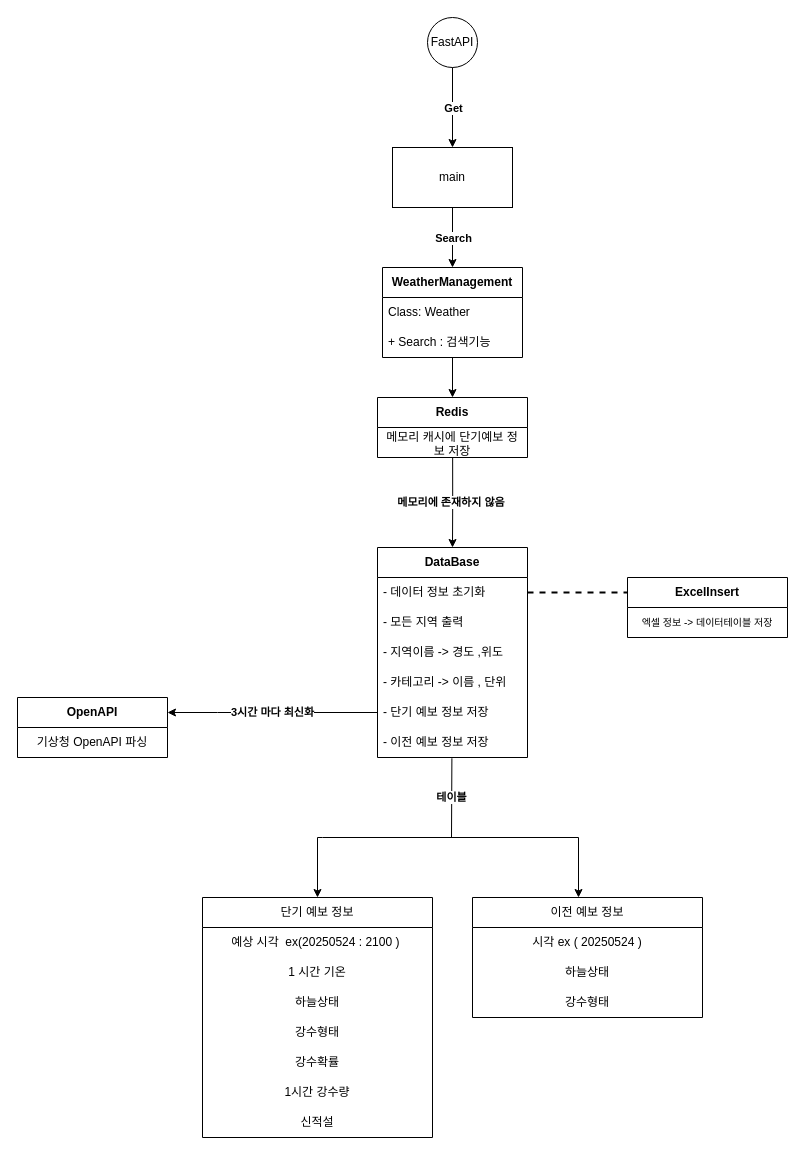
JY0102/Python keeps this draw.io diagram as 테스트용 다이어그램.drawio. Above is the earlier version. Source tidied: cells renumbered, new cells numbered last; positions are measured from the earlier drawing's top-left corner, leaving out a move shared by most shapes. Both pictures are drawn from the tidied source at 100%, with x=0, y=0 at pixel (17, 17).
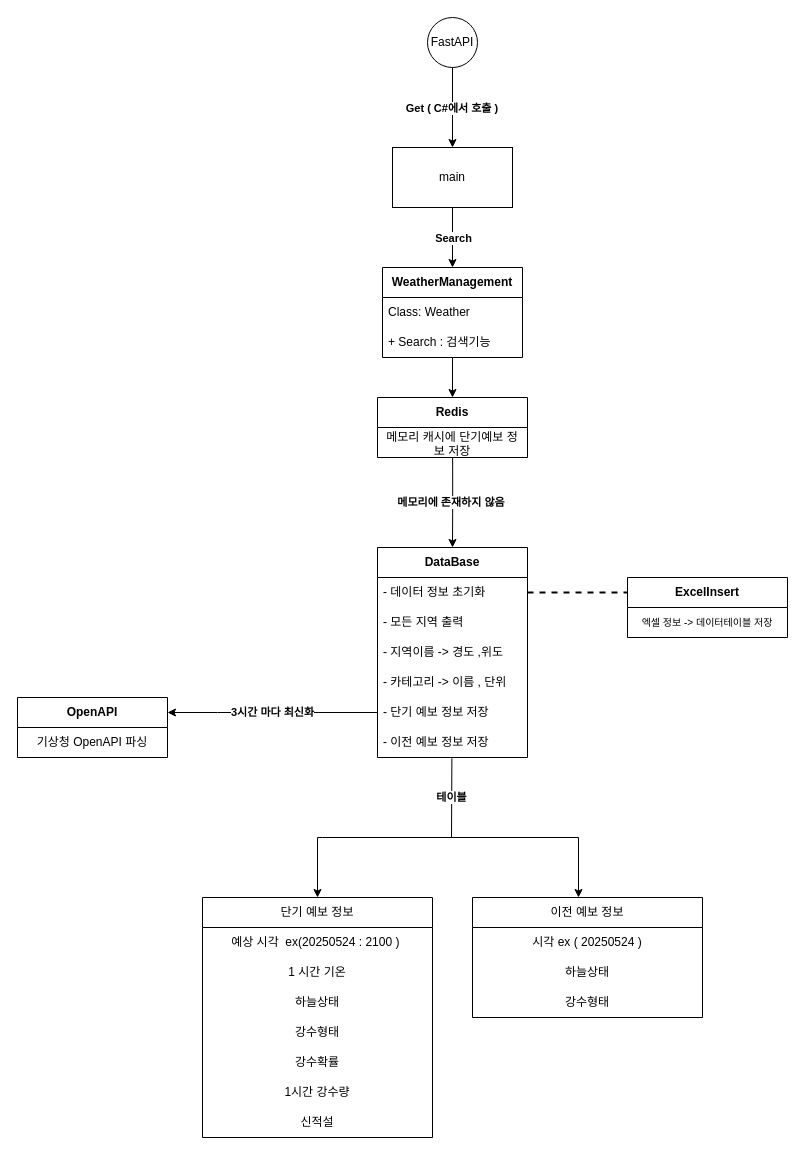
Above is the later version.

Commit message:
테스트용 다이어그램.drawio 업데이트

Unchanged cells that the change refers to:
```xml
<mxCell id="4" style="endArrow=classic;html=1;rounded=0;exitX=0.5;exitY=1;exitDx=0;exitDy=0;entryX=0.5;entryY=0;entryDx=0;entryDy=0;" parent="1" edge="1" source="2" target="3">
  <mxGeometry relative="1" as="geometry" />
</mxCell>
```

What changed in the source:
```diff
@@
-    <mxCell id="5" value="Get" style="edgeLabel;html=1;align=center;verticalAlign=middle;fontStyle=1;" parent="4" vertex="1">
+    <mxCell id="5" value="Get ( C#에서 호출 )&amp;nbsp;" style="edgeLabel;html=1;align=center;verticalAlign=middle;fontStyle=1;" parent="4" vertex="1">
       <mxGeometry relative="1" as="geometry" />
     </mxCell>
```
